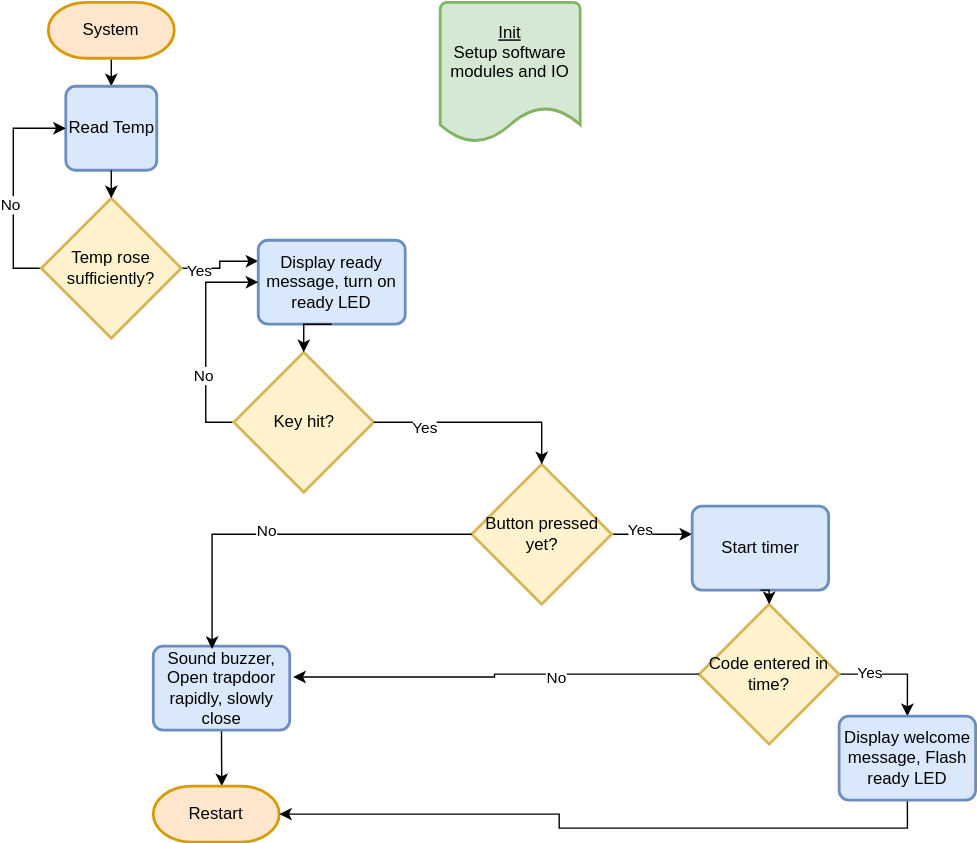
Earlier version of the draw.io export docs/assets/FinalProjectCharts-FlowchartSimple.svg (msu-eele-465/final-project-ecallery888). Source tidied: cells renumbered, new cells last; positions are measured from the earlier drawing's top-left corner, leaving out a move shared by most shapes. Source of this version:
```xml
<mxGraphModel>
  <root>
    <mxCell id="0" />
    <mxCell id="1" parent="0" />
    <mxCell id="2" value="&lt;u&gt;Init&lt;/u&gt;&lt;div&gt;Setup software modules and IO&lt;/div&gt;&lt;div&gt;&lt;br&gt;&lt;/div&gt;&lt;div&gt;&lt;br&gt;&lt;/div&gt;" style="strokeWidth=2;html=1;shape=mxgraph.flowchart.document2;whiteSpace=wrap;size=0.25;fillColor=#d5e8d4;strokeColor=#82b366;" parent="1" vertex="1">
      <mxGeometry x="285" width="100" height="100" as="geometry" />
    </mxCell>
    <mxCell id="3" style="edgeStyle=orthogonalEdgeStyle;rounded=0;jettySize=auto;html=1;exitX=0.5;exitY=1;exitDx=0;exitDy=0;exitPerimeter=0;entryX=0.5;entryY=0;entryDx=0;entryDy=0;" parent="1" edge="1" source="4" target="5">
      <mxGeometry relative="1" as="geometry" />
    </mxCell>
    <mxCell id="4" value="System" style="strokeWidth=2;html=1;shape=mxgraph.flowchart.terminator;whiteSpace=wrap;fillColor=#ffe6cc;strokeColor=#d79b00;" parent="1" vertex="1">
      <mxGeometry x="5" width="90" height="40" as="geometry" />
    </mxCell>
    <mxCell id="5" value="Read Temp" style="rounded=1;whiteSpace=wrap;html=1;absoluteArcSize=1;arcSize=14;strokeWidth=2;fillColor=#dae8fc;strokeColor=#6c8ebf;" parent="1" vertex="1">
      <mxGeometry x="17.5" y="60" width="65" height="60" as="geometry" />
    </mxCell>
    <mxCell id="6" style="edgeStyle=orthogonalEdgeStyle;rounded=0;jettySize=auto;html=1;exitX=0;exitY=0.5;exitDx=0;exitDy=0;exitPerimeter=0;entryX=0;entryY=0.5;entryDx=0;entryDy=0;" parent="1" edge="1" source="10" target="5">
      <mxGeometry relative="1" as="geometry" />
    </mxCell>
    <mxCell id="7" value="No" style="edgeLabel;html=1;align=center;verticalAlign=middle;" parent="6" vertex="1">
      <mxGeometry x="-0.16" y="3" relative="1" as="geometry" />
    </mxCell>
    <mxCell id="8" style="edgeStyle=orthogonalEdgeStyle;rounded=0;jettySize=auto;html=1;exitX=1;exitY=0.5;exitDx=0;exitDy=0;exitPerimeter=0;entryX=0;entryY=0.25;entryDx=0;entryDy=0;" parent="1" edge="1" source="10" target="12">
      <mxGeometry relative="1" as="geometry" />
    </mxCell>
    <mxCell id="9" value="Yes" style="edgeLabel;html=1;align=center;verticalAlign=middle;" parent="8" vertex="1">
      <mxGeometry x="-0.6" y="-1" relative="1" as="geometry" />
    </mxCell>
    <mxCell id="10" value="Temp rose sufficiently?" style="strokeWidth=2;html=1;shape=mxgraph.flowchart.decision;whiteSpace=wrap;fillColor=#fff2cc;strokeColor=#d6b656;" parent="1" vertex="1">
      <mxGeometry y="140" width="100" height="100" as="geometry" />
    </mxCell>
    <mxCell id="11" style="edgeStyle=orthogonalEdgeStyle;rounded=0;jettySize=auto;html=1;exitX=0.5;exitY=1;exitDx=0;exitDy=0;entryX=0.5;entryY=0;entryDx=0;entryDy=0;entryPerimeter=0;" parent="1" edge="1" source="5" target="10">
      <mxGeometry relative="1" as="geometry" />
    </mxCell>
    <mxCell id="12" value="Display ready message, turn on ready LED" style="rounded=1;whiteSpace=wrap;html=1;absoluteArcSize=1;arcSize=14;strokeWidth=2;fillColor=#dae8fc;strokeColor=#6c8ebf;" parent="1" vertex="1">
      <mxGeometry x="155" y="170" width="105" height="60" as="geometry" />
    </mxCell>
    <mxCell id="13" style="edgeStyle=orthogonalEdgeStyle;rounded=0;jettySize=auto;html=1;exitX=0;exitY=0.5;exitDx=0;exitDy=0;exitPerimeter=0;entryX=0;entryY=0.5;entryDx=0;entryDy=0;" parent="1" edge="1" source="15" target="12">
      <mxGeometry relative="1" as="geometry" />
    </mxCell>
    <mxCell id="14" value="No" style="edgeLabel;html=1;align=center;verticalAlign=middle;" parent="13" vertex="1">
      <mxGeometry x="-0.31" y="2" relative="1" as="geometry" />
    </mxCell>
    <mxCell id="15" value="Key hit?" style="strokeWidth=2;html=1;shape=mxgraph.flowchart.decision;whiteSpace=wrap;fillColor=#fff2cc;strokeColor=#d6b656;" parent="1" vertex="1">
      <mxGeometry x="137.5" y="250" width="100" height="100" as="geometry" />
    </mxCell>
    <mxCell id="16" style="edgeStyle=orthogonalEdgeStyle;rounded=0;jettySize=auto;html=1;exitX=0.5;exitY=1;exitDx=0;exitDy=0;entryX=0.5;entryY=0;entryDx=0;entryDy=0;entryPerimeter=0;" parent="1" edge="1" source="12" target="15">
      <mxGeometry relative="1" as="geometry" />
    </mxCell>
    <mxCell id="17" style="edgeStyle=orthogonalEdgeStyle;rounded=0;jettySize=auto;html=1;exitX=0.5;exitY=1;exitDx=0;exitDy=0;" parent="1" edge="1" source="18">
      <mxGeometry relative="1" as="geometry">
        <mxPoint x="129" y="560" as="targetPoint" />
      </mxGeometry>
    </mxCell>
    <mxCell id="18" value="Sound buzzer, Open trapdoor rapidly, slowly close" style="rounded=1;whiteSpace=wrap;html=1;absoluteArcSize=1;arcSize=14;strokeWidth=2;fillColor=#dae8fc;strokeColor=#6c8ebf;" parent="1" vertex="1">
      <mxGeometry x="80" y="460" width="97.5" height="60" as="geometry" />
    </mxCell>
    <mxCell id="19" style="edgeStyle=orthogonalEdgeStyle;rounded=0;jettySize=auto;html=1;exitX=1;exitY=0.5;exitDx=0;exitDy=0;exitPerimeter=0;" parent="1" edge="1" source="21">
      <mxGeometry relative="1" as="geometry">
        <mxPoint x="465" y="380" as="targetPoint" />
      </mxGeometry>
    </mxCell>
    <mxCell id="20" value="Yes" style="edgeLabel;html=1;align=center;verticalAlign=middle;" parent="19" vertex="1">
      <mxGeometry x="-0.33" y="4" relative="1" as="geometry" />
    </mxCell>
    <mxCell id="21" value="Button pressed yet?" style="strokeWidth=2;html=1;shape=mxgraph.flowchart.decision;whiteSpace=wrap;fillColor=#fff2cc;strokeColor=#d6b656;" parent="1" vertex="1">
      <mxGeometry x="307.5" y="330" width="100" height="100" as="geometry" />
    </mxCell>
    <mxCell id="22" value="Restart" style="strokeWidth=2;html=1;shape=mxgraph.flowchart.terminator;whiteSpace=wrap;fillColor=#ffe6cc;strokeColor=#d79b00;" parent="1" vertex="1">
      <mxGeometry x="80" y="560" width="90" height="40" as="geometry" />
    </mxCell>
    <mxCell id="23" value="Start timer" style="rounded=1;whiteSpace=wrap;html=1;absoluteArcSize=1;arcSize=14;strokeWidth=2;fillColor=#dae8fc;strokeColor=#6c8ebf;" parent="1" vertex="1">
      <mxGeometry x="465" y="360" width="97.5" height="60" as="geometry" />
    </mxCell>
    <mxCell id="24" style="edgeStyle=orthogonalEdgeStyle;rounded=0;jettySize=auto;html=1;exitX=1;exitY=0.5;exitDx=0;exitDy=0;exitPerimeter=0;entryX=0.5;entryY=0;entryDx=0;entryDy=0;entryPerimeter=0;" parent="1" edge="1" source="15" target="21">
      <mxGeometry relative="1" as="geometry" />
    </mxCell>
    <mxCell id="25" value="Yes" style="edgeLabel;html=1;align=center;verticalAlign=middle;" parent="24" vertex="1">
      <mxGeometry x="-0.53" y="-3" relative="1" as="geometry">
        <mxPoint x="1" as="offset" />
      </mxGeometry>
    </mxCell>
    <mxCell id="26" style="edgeStyle=orthogonalEdgeStyle;rounded=0;jettySize=auto;html=1;exitX=1;exitY=0.5;exitDx=0;exitDy=0;exitPerimeter=0;entryX=0.5;entryY=0;entryDx=0;entryDy=0;" parent="1" edge="1" source="28" target="35">
      <mxGeometry relative="1" as="geometry" />
    </mxCell>
    <mxCell id="27" value="Yes" style="edgeLabel;html=1;align=center;verticalAlign=middle;" parent="26" vertex="1">
      <mxGeometry x="-0.47" y="2" relative="1" as="geometry" />
    </mxCell>
    <mxCell id="28" value="Code entered in time?" style="strokeWidth=2;html=1;shape=mxgraph.flowchart.decision;whiteSpace=wrap;fillColor=#fff2cc;strokeColor=#d6b656;" parent="1" vertex="1">
      <mxGeometry x="470" y="430" width="100" height="100" as="geometry" />
    </mxCell>
    <mxCell id="29" style="edgeStyle=orthogonalEdgeStyle;rounded=0;jettySize=auto;html=1;exitX=0;exitY=0.5;exitDx=0;exitDy=0;exitPerimeter=0;entryX=0.431;entryY=0.033;entryDx=0;entryDy=0;entryPerimeter=0;" parent="1" edge="1" source="21" target="18">
      <mxGeometry relative="1" as="geometry" />
    </mxCell>
    <mxCell id="30" value="No" style="edgeLabel;html=1;align=center;verticalAlign=middle;" parent="29" vertex="1">
      <mxGeometry x="0.1" y="-3" relative="1" as="geometry">
        <mxPoint x="1" as="offset" />
      </mxGeometry>
    </mxCell>
    <mxCell id="31" style="edgeStyle=orthogonalEdgeStyle;rounded=0;jettySize=auto;html=1;exitX=0;exitY=0.5;exitDx=0;exitDy=0;exitPerimeter=0;entryX=1.026;entryY=0.367;entryDx=0;entryDy=0;entryPerimeter=0;" parent="1" edge="1" source="28" target="18">
      <mxGeometry relative="1" as="geometry" />
    </mxCell>
    <mxCell id="32" value="No" style="edgeLabel;html=1;align=center;verticalAlign=middle;" parent="31" vertex="1">
      <mxGeometry x="-0.29" y="2" relative="1" as="geometry" />
    </mxCell>
    <mxCell id="33" style="edgeStyle=orthogonalEdgeStyle;rounded=0;jettySize=auto;html=1;exitX=0.5;exitY=1;exitDx=0;exitDy=0;entryX=0.5;entryY=0;entryDx=0;entryDy=0;entryPerimeter=0;" parent="1" edge="1" source="23" target="28">
      <mxGeometry relative="1" as="geometry" />
    </mxCell>
    <mxCell id="34" style="edgeStyle=orthogonalEdgeStyle;rounded=0;jettySize=auto;html=1;exitX=0.5;exitY=1;exitDx=0;exitDy=0;" parent="1" edge="1" source="35" target="22">
      <mxGeometry relative="1" as="geometry" />
    </mxCell>
    <mxCell id="35" value="Display welcome message, Flash ready LED" style="rounded=1;whiteSpace=wrap;html=1;absoluteArcSize=1;arcSize=14;strokeWidth=2;fillColor=#dae8fc;strokeColor=#6c8ebf;" parent="1" vertex="1">
      <mxGeometry x="570" y="510" width="97.5" height="60" as="geometry" />
    </mxCell>
  </root>
</mxGraphModel>
```
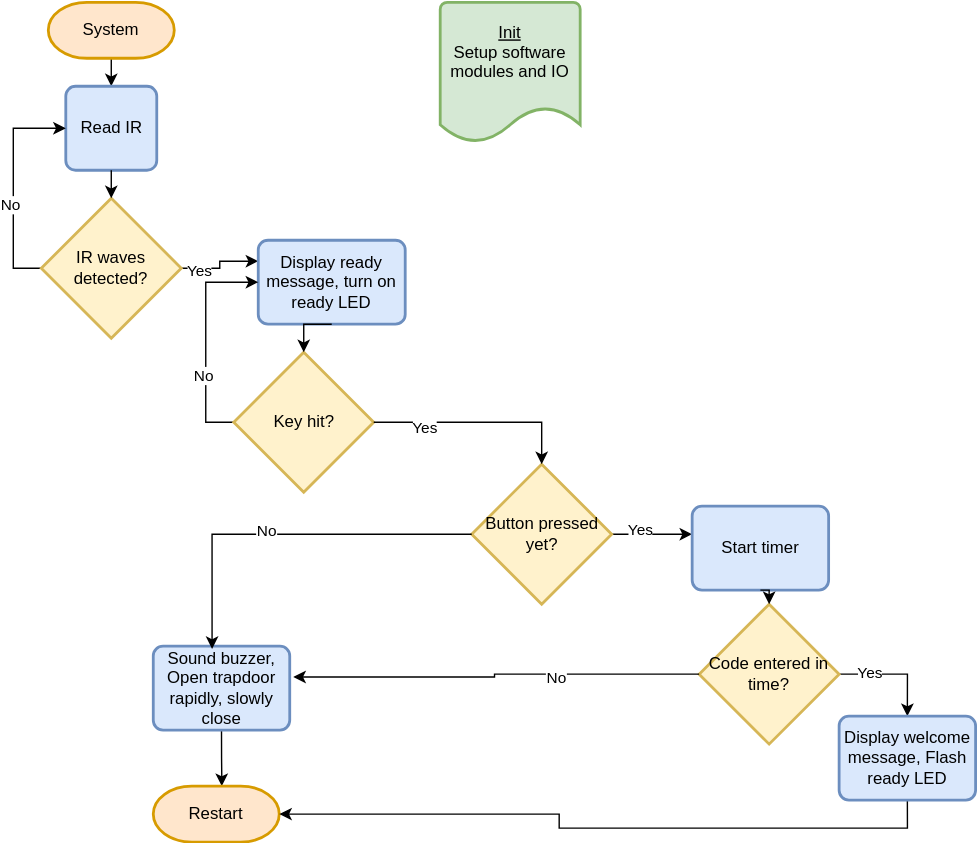
Later version of the same file.

The edit, as a diff of the source:
```diff
@@ -11,7 +11,7 @@
     <mxCell id="4" value="System" style="strokeWidth=2;html=1;shape=mxgraph.flowchart.terminator;whiteSpace=wrap;fillColor=#ffe6cc;strokeColor=#d79b00;" parent="1" vertex="1">
       <mxGeometry x="5" width="90" height="40" as="geometry" />
     </mxCell>
-    <mxCell id="5" value="Read Temp" style="rounded=1;whiteSpace=wrap;html=1;absoluteArcSize=1;arcSize=14;strokeWidth=2;fillColor=#dae8fc;strokeColor=#6c8ebf;" parent="1" vertex="1">
+    <mxCell id="5" value="Read IR" style="rounded=1;whiteSpace=wrap;html=1;absoluteArcSize=1;arcSize=14;strokeWidth=2;fillColor=#dae8fc;strokeColor=#6c8ebf;" parent="1" vertex="1">
       <mxGeometry x="17.5" y="60" width="65" height="60" as="geometry" />
     </mxCell>
     <mxCell id="6" style="edgeStyle=orthogonalEdgeStyle;rounded=0;jettySize=auto;html=1;exitX=0;exitY=0.5;exitDx=0;exitDy=0;exitPerimeter=0;entryX=0;entryY=0.5;entryDx=0;entryDy=0;" parent="1" edge="1" source="10" target="5">
@@ -26,7 +26,7 @@
     <mxCell id="9" value="Yes" style="edgeLabel;html=1;align=center;verticalAlign=middle;" parent="8" vertex="1">
       <mxGeometry x="-0.6" y="-1" relative="1" as="geometry" />
     </mxCell>
-    <mxCell id="10" value="Temp rose sufficiently?" style="strokeWidth=2;html=1;shape=mxgraph.flowchart.decision;whiteSpace=wrap;fillColor=#fff2cc;strokeColor=#d6b656;" parent="1" vertex="1">
+    <mxCell id="10" value="IR waves detected?" style="strokeWidth=2;html=1;shape=mxgraph.flowchart.decision;whiteSpace=wrap;fillColor=#fff2cc;strokeColor=#d6b656;" parent="1" vertex="1">
       <mxGeometry y="140" width="100" height="100" as="geometry" />
     </mxCell>
     <mxCell id="11" style="edgeStyle=orthogonalEdgeStyle;rounded=0;jettySize=auto;html=1;exitX=0.5;exitY=1;exitDx=0;exitDy=0;entryX=0.5;entryY=0;entryDx=0;entryDy=0;entryPerimeter=0;" parent="1" edge="1" source="5" target="10">
```
